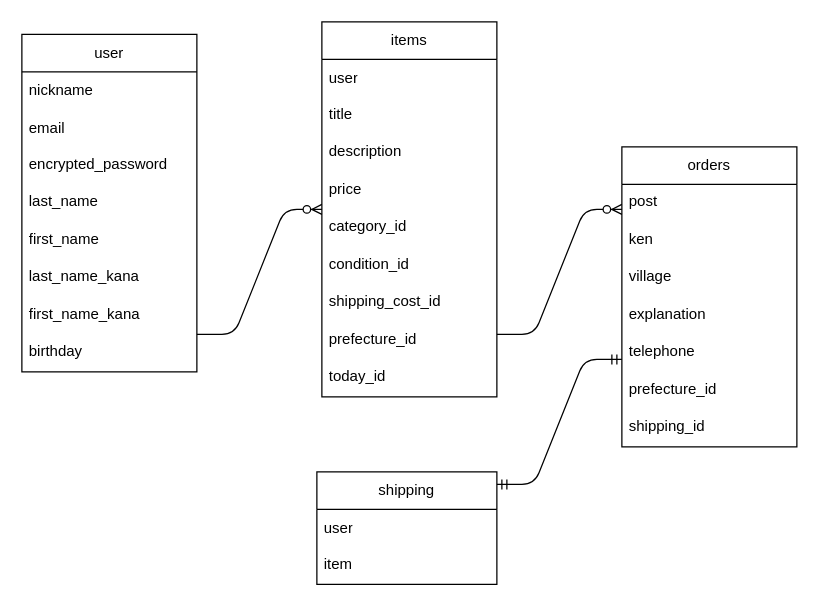
Above: furima.dio in 20230824/furima-39867 (draw.io), before the change. Source tidied: cells renumbered, new cells numbered last; positions are measured from the earlier drawing's top-left corner, leaving out a move shared by most shapes. Both pictures are drawn from the tidied source at 125%, with x=0, y=0 at pixel (21, 21).
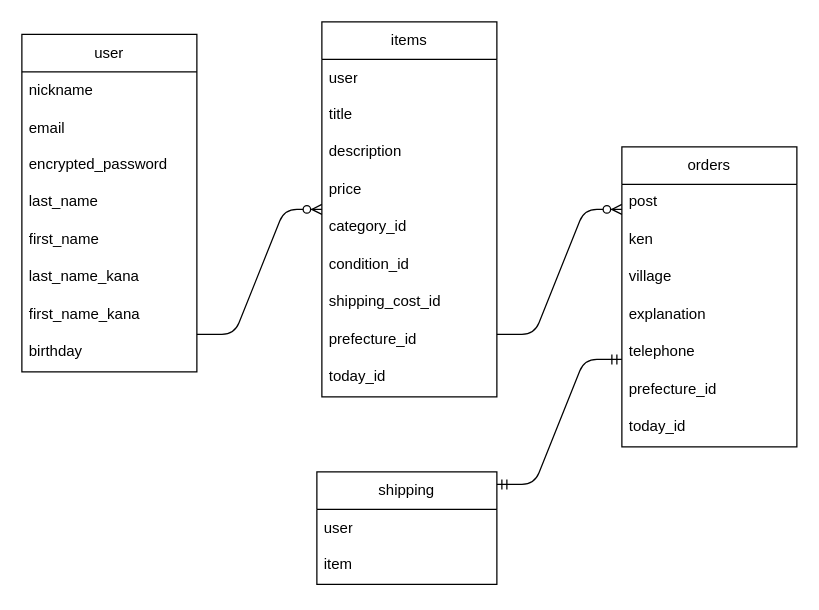
After the change.

Commit message (it also covers changes not shown here):
データベース設計、修正

Unchanged cells that the change refers to:
```xml
<mxCell id="24" value="orders" style="swimlane;fontStyle=0;horizontal=1;startSize=30;whiteSpace=wrap;html=1;" parent="1" vertex="1">
  <mxGeometry x="480" y="100" width="140" height="240" as="geometry" />
</mxCell>
```

What changed in the source:
```diff
@@
-    <mxCell id="31" value="shipping_id" style="text;strokeColor=none;fillColor=none;spacingLeft=4;spacingRight=4;overflow=hidden;fontSize=12;" parent="24" vertex="1">
-      <mxGeometry y="210" width="140" height="30" as="geometry" />
-    </mxCell>
+    <mxCell id="35" value="today_id" style="text;strokeColor=none;fillColor=none;spacingLeft=4;spacingRight=4;overflow=hidden;fontSize=12;" parent="24" vertex="1">
+      <mxGeometry y="210" width="140" height="30" as="geometry" />
+    </mxCell>
```
